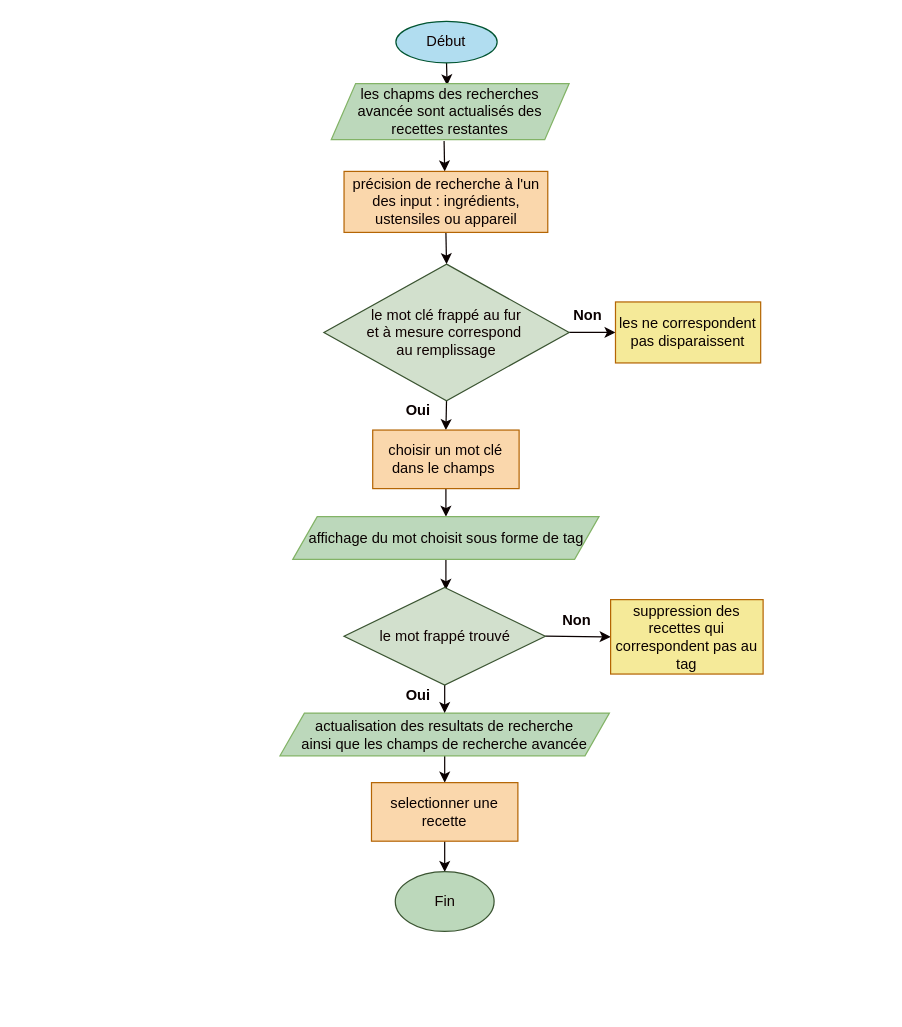
Earlier version of the draw.io diagram page "recherche-filter" (2 of 2) of algorigramme.drawio (zinkat/Les-petits-plats-Developpez-un-algorithme-de-recherche-P7). Source tidied: cells renumbered, new cells numbered last; positions are measured from the earlier drawing's top-left corner, leaving out a move shared by most shapes. Both pictures are drawn from the tidied source at 122%, with x=0, y=0 at pixel (279, 21).
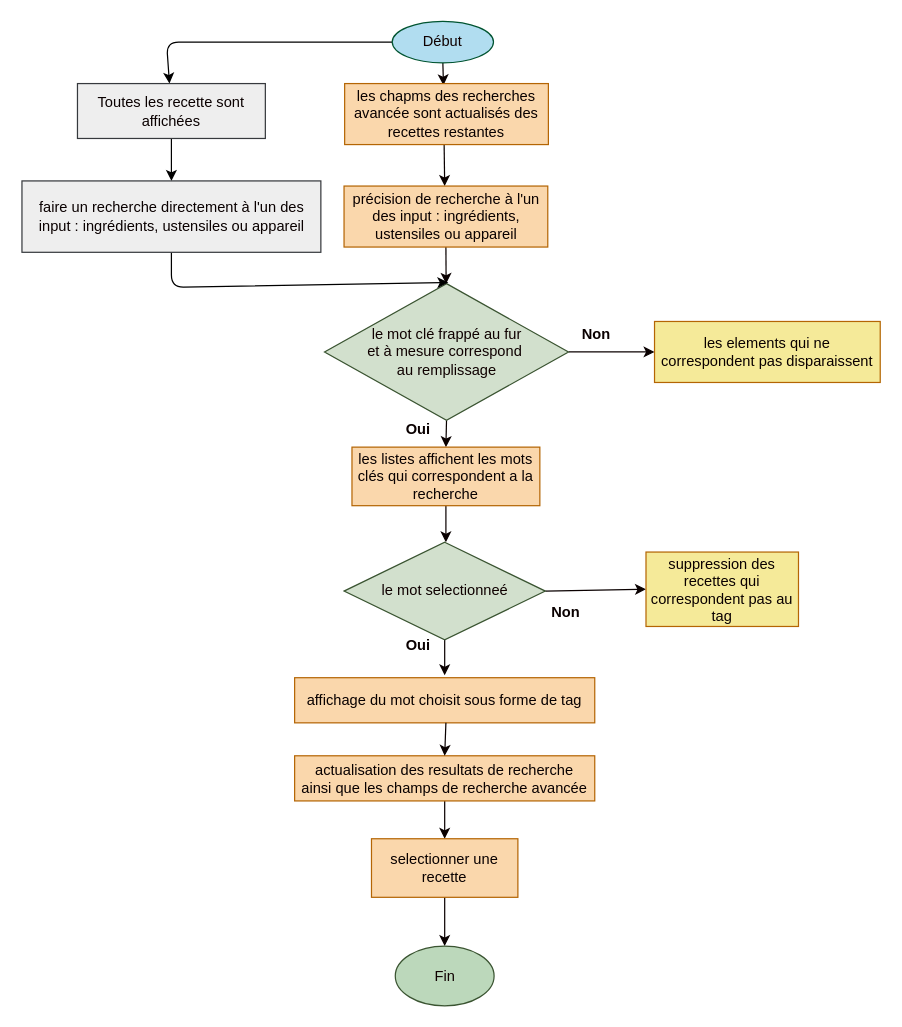
After the change.

What changed in the source:
```diff
@@
     <mxCell id="2" style="edgeStyle=none;html=1;exitX=0.5;exitY=1;exitDx=0;exitDy=0;strokeColor=#0a0000;fontColor=#0a0000;" parent="1" edge="1" source="3">
       <mxGeometry relative="1" as="geometry">
-        <mxPoint x="137" y="52.4" as="targetPoint" />
+        <mxPoint x="134" y="52.4" as="targetPoint" />
       </mxGeometry>
     </mxCell>
+    <mxCell id="29" style="edgeStyle=none;html=1;exitX=0;exitY=0.5;exitDx=0;exitDy=0;strokeColor=#000000;" parent="1" edge="1" source="3" target="31">
+      <mxGeometry relative="1" as="geometry">
+        <Array as="points">
+          <mxPoint x="-93" y="17" />
+        </Array>
+      </mxGeometry>
+    </mxCell>
     <mxCell id="3" value="Début" style="ellipse;whiteSpace=wrap;html=1;strokeColor=#015431;fontColor=#0f0000;fillColor=#B1DDF0;" parent="1" vertex="1">
-      <mxGeometry x="95" width="83" height="34" as="geometry" />
+      <mxGeometry x="92" width="83" height="34" as="geometry" />
     </mxCell>
-    <mxCell id="4" style="edgeStyle=none;html=1;exitX=0.5;exitY=1;exitDx=0;exitDy=0;strokeColor=#0a0000;" parent="1" edge="1">
+    <mxCell id="4" style="edgeStyle=none;html=1;exitX=0.5;exitY=1;exitDx=0;exitDy=0;strokeColor=#0a0000;entryX=0.494;entryY=0;entryDx=0;entryDy=0;entryPerimeter=0;" parent="1" edge="1" target="7">
       <mxGeometry relative="1" as="geometry">
         <mxPoint x="134.5" y="98" as="sourcePoint" />
-        <mxPoint x="135" y="123" as="targetPoint" />
       </mxGeometry>
     </mxCell>
-    <mxCell id="5" value="les chapms des recherches avancée sont actualisés des recettes restantes" style="shape=parallelogram;perimeter=parallelogramPerimeter;whiteSpace=wrap;html=1;fixedSize=1;fillColor=#bcd8bb;strokeColor=#82b366;fontColor=#090101;" parent="1" vertex="1">
-      <mxGeometry x="42" y="51" width="195" height="46" as="geometry" />
-    </mxCell>
-    <mxCell id="6" style="edgeStyle=none;html=1;exitX=0.5;exitY=1;exitDx=0;exitDy=0;entryX=0.5;entryY=0;entryDx=0;entryDy=0;strokeColor=#0a0000;" parent="1" edge="1" source="7" target="10">
+    <mxCell id="6" style="edgeStyle=none;html=1;exitX=0.5;exitY=1;exitDx=0;exitDy=0;strokeColor=#0a0000;" parent="1" edge="1" source="7" target="10">
       <mxGeometry relative="1" as="geometry" />
     </mxCell>
     <mxCell id="7" value="précision de recherche à l'un des input : ingrédients, ustensiles ou appareil" style="rounded=0;whiteSpace=wrap;html=1;fillColor=#fad7ac;strokeColor=#b46504;fontColor=#0a0000;" parent="1" vertex="1">
-      <mxGeometry x="52.5" y="123" width="167" height="50" as="geometry" />
+      <mxGeometry x="52.5" y="135" width="167" height="50" as="geometry" />
     </mxCell>
-    <mxCell id="8" style="edgeStyle=none;html=1;exitX=1;exitY=0.5;exitDx=0;exitDy=0;strokeColor=#0a0000;" parent="1" edge="1" source="10">
-      <mxGeometry relative="1" as="geometry">
-        <mxPoint x="275" y="255" as="targetPoint" />
-      </mxGeometry>
+    <mxCell id="8" style="edgeStyle=none;html=1;exitX=1;exitY=0.5;exitDx=0;exitDy=0;strokeColor=#0a0000;entryX=0;entryY=0.5;entryDx=0;entryDy=0;" parent="1" edge="1" source="10" target="11">
+      <mxGeometry relative="1" as="geometry" />
     </mxCell>
@@
     <mxCell id="10" value="le mot clé frappé au fur &lt;br&gt;et à mesure correspond&amp;nbsp;&lt;br&gt;au remplissage" style="rhombus;whiteSpace=wrap;html=1;fillColor=#d2e0cd;fontColor=#0f0000;strokeColor=#3A5431;verticalAlign=middle;" parent="1" vertex="1">
-      <mxGeometry x="36" y="199" width="201" height="112" as="geometry" />
+      <mxGeometry x="36.5" y="215" width="200" height="112" as="geometry" />
     </mxCell>
-    <mxCell id="11" value="les ne correspondent pas disparaissent" style="rounded=0;whiteSpace=wrap;html=1;fillColor=#F5EA99;strokeColor=#b46504;fontColor=#0a0000;" parent="1" vertex="1">
-      <mxGeometry x="275" y="230" width="119" height="50" as="geometry" />
+    <mxCell id="11" value="les elements qui ne correspondent pas disparaissent" style="rounded=0;whiteSpace=wrap;html=1;fillColor=#F5EA99;strokeColor=#b46504;fontColor=#0a0000;" parent="1" vertex="1">
+      <mxGeometry x="307" y="246" width="185" height="50" as="geometry" />
     </mxCell>
     <mxCell id="12" value="Non" style="text;html=1;strokeColor=none;fillColor=none;align=center;verticalAlign=middle;whiteSpace=wrap;rounded=0;fontColor=#0a0000;fontStyle=1;" parent="1" vertex="1">
-      <mxGeometry x="234" y="230" width="37" height="22" as="geometry" />
+      <mxGeometry x="241" y="246" width="37" height="22" as="geometry" />
     </mxCell>
-    <mxCell id="13" style="edgeStyle=none;html=1;exitX=0.5;exitY=1;exitDx=0;exitDy=0;entryX=0.5;entryY=0;entryDx=0;entryDy=0;strokeColor=#0a0000;fontColor=#0a0000;" parent="1" edge="1" source="14" target="17">
-      <mxGeometry relative="1" as="geometry" />
+    <mxCell id="13" style="edgeStyle=none;html=1;exitX=0.5;exitY=1;exitDx=0;exitDy=0;entryX=0.5;entryY=0;entryDx=0;entryDy=0;strokeColor=#0a0000;fontColor=#0a0000;" parent="1" edge="1" source="14">
+      <mxGeometry relative="1" as="geometry">
+        <mxPoint x="136" y="427" as="targetPoint" />
+      </mxGeometry>
     </mxCell>
-    <mxCell id="14" value="&lt;span style=&quot;color: rgb(9, 1, 1);&quot;&gt;choisir un mot clé dans le champs&amp;nbsp;&lt;/span&gt;" style="whiteSpace=wrap;html=1;fillColor=#fad7ac;strokeColor=#b46504;fontColor=#0a0000;rounded=0;" parent="1" vertex="1">
-      <mxGeometry x="76" y="335" width="120" height="48" as="geometry" />
+    <mxCell id="14" value="&lt;span style=&quot;color: rgb(9, 1, 1);&quot;&gt;les listes affichent les mots clés qui correspondent a la recherche&lt;/span&gt;" style="whiteSpace=wrap;html=1;fillColor=#fad7ac;strokeColor=#b46504;fontColor=#0a0000;rounded=0;" parent="1" vertex="1">
+      <mxGeometry x="59" y="349" width="154" height="48" as="geometry" />
     </mxCell>
     <mxCell id="15" value="Oui" style="text;html=1;strokeColor=none;fillColor=none;align=center;verticalAlign=middle;whiteSpace=wrap;rounded=0;fontColor=#0a0000;fontStyle=1;" parent="1" vertex="1">
-      <mxGeometry x="95" y="308" width="37" height="22" as="geometry" />
+      <mxGeometry x="95" y="324" width="37" height="22" as="geometry" />
     </mxCell>
-    <mxCell id="16" style="edgeStyle=none;html=1;exitX=0.5;exitY=1;exitDx=0;exitDy=0;strokeColor=#0a0000;fontColor=#0a0000;" parent="1" edge="1" source="17">
-      <mxGeometry relative="1" as="geometry">
-        <mxPoint x="136" y="466" as="targetPoint" />
-      </mxGeometry>
-    </mxCell>
-    <mxCell id="17" value="affichage du mot choisit sous forme de tag" style="shape=parallelogram;perimeter=parallelogramPerimeter;whiteSpace=wrap;html=1;fixedSize=1;fillColor=#bcd8bb;strokeColor=#82b366;fontColor=#090101;" parent="1" vertex="1">
-      <mxGeometry x="10.5" y="406" width="251" height="35" as="geometry" />
-    </mxCell>
-    <mxCell id="18" style="edgeStyle=none;html=1;exitX=0.5;exitY=1;exitDx=0;exitDy=0;entryX=0.5;entryY=0;entryDx=0;entryDy=0;strokeColor=#0a0000;fontColor=#0a0000;" parent="1" edge="1" source="19" target="27">
-      <mxGeometry relative="1" as="geometry" />
+    <mxCell id="18" style="edgeStyle=none;html=1;exitX=0.5;exitY=1;exitDx=0;exitDy=0;entryX=0.5;entryY=0;entryDx=0;entryDy=0;strokeColor=#0a0000;fontColor=#0a0000;" parent="1" edge="1" target="27">
+      <mxGeometry relative="1" as="geometry">
+        <mxPoint x="135" y="635" as="sourcePoint" />
+      </mxGeometry>
     </mxCell>
-    <mxCell id="19" value="actualisation des resultats de recherche&lt;br&gt;ainsi que les champs de recherche avancée" style="shape=parallelogram;perimeter=parallelogramPerimeter;whiteSpace=wrap;html=1;fixedSize=1;fillColor=#bcd8bb;strokeColor=#82b366;fontColor=#090101;" parent="1" vertex="1">
-      <mxGeometry y="567" width="270" height="35" as="geometry" />
-    </mxCell>
-    <mxCell id="20" style="edgeStyle=none;html=1;exitX=0.5;exitY=1;exitDx=0;exitDy=0;entryX=0.5;entryY=0;entryDx=0;entryDy=0;strokeColor=#0a0000;fontColor=#0a0000;" parent="1" edge="1" source="22" target="19">
-      <mxGeometry relative="1" as="geometry" />
+    <mxCell id="20" style="edgeStyle=none;html=1;exitX=0.5;exitY=1;exitDx=0;exitDy=0;strokeColor=#0a0000;fontColor=#0a0000;" parent="1" edge="1" source="22">
+      <mxGeometry relative="1" as="geometry">
+        <mxPoint x="135" y="536" as="targetPoint" />
+      </mxGeometry>
     </mxCell>
@@
-    <mxCell id="22" value="le mot frappé trouvé" style="rhombus;whiteSpace=wrap;html=1;fillColor=#d2e0cd;fontColor=#0f0000;strokeColor=#3A5431;verticalAlign=middle;" parent="1" vertex="1">
-      <mxGeometry x="52.5" y="464" width="165" height="80" as="geometry" />
+    <mxCell id="22" value="le mot selectionneé" style="rhombus;whiteSpace=wrap;html=1;fillColor=#d2e0cd;fontColor=#0f0000;strokeColor=#3A5431;verticalAlign=middle;" parent="1" vertex="1">
+      <mxGeometry x="52.5" y="427" width="165" height="80" as="geometry" />
     </mxCell>
     <mxCell id="23" value="suppression des recettes qui correspondent pas au tag" style="rounded=0;whiteSpace=wrap;html=1;fillColor=#F5EA99;strokeColor=#b46504;fontColor=#0a0000;" parent="1" vertex="1">
-      <mxGeometry x="271" y="474" width="125" height="61" as="geometry" />
+      <mxGeometry x="300" y="435" width="125" height="61" as="geometry" />
     </mxCell>
     <mxCell id="24" value="Non" style="text;html=1;strokeColor=none;fillColor=none;align=center;verticalAlign=middle;whiteSpace=wrap;rounded=0;fontColor=#0a0000;fontStyle=1;" parent="1" vertex="1">
-      <mxGeometry x="224.5" y="480" width="37" height="22" as="geometry" />
+      <mxGeometry x="216" y="474" width="37" height="22" as="geometry" />
     </mxCell>
     <mxCell id="25" value="Oui" style="text;html=1;strokeColor=none;fillColor=none;align=center;verticalAlign=middle;whiteSpace=wrap;rounded=0;fontColor=#0a0000;fontStyle=1;" parent="1" vertex="1">
-      <mxGeometry x="95" y="542" width="37" height="21" as="geometry" />
+      <mxGeometry x="94.5" y="501" width="37" height="21" as="geometry" />
     </mxCell>
-    <mxCell id="26" style="edgeStyle=none;html=1;exitX=0.5;exitY=1;exitDx=0;exitDy=0;strokeColor=#0a0000;fontColor=#0a0000;" parent="1" edge="1" source="27">
+    <mxCell id="26" style="edgeStyle=none;html=1;strokeColor=#0a0000;fontColor=#0a0000;entryX=0.5;entryY=0;entryDx=0;entryDy=0;" parent="1" edge="1" target="28">
       <mxGeometry relative="1" as="geometry">
-        <mxPoint x="135" y="697.2" as="targetPoint" />
+        <mxPoint x="135" y="715" as="sourcePoint" />
       </mxGeometry>
     </mxCell>
     <mxCell id="27" value="&lt;font color=&quot;#090101&quot;&gt;selectionner une recette&lt;/font&gt;" style="whiteSpace=wrap;html=1;fillColor=#fad7ac;strokeColor=#b46504;fontColor=#0a0000;rounded=0;" parent="1" vertex="1">
-      <mxGeometry x="75" y="624" width="120" height="48" as="geometry" />
+      <mxGeometry x="75" y="670" width="120" height="48" as="geometry" />
     </mxCell>
     <mxCell id="28" value="Fin" style="ellipse;whiteSpace=wrap;html=1;fillColor=#BCD8BB;strokeColor=#3A5431;fontColor=#0f0000;" parent="1" vertex="1">
-      <mxGeometry x="94.5" y="697" width="81" height="49" as="geometry" />
+      <mxGeometry x="94.5" y="758" width="81" height="49" as="geometry" />
     </mxCell>
+    <mxCell id="5" value="&lt;span style=&quot;color: rgb(9, 1, 1);&quot;&gt;les chapms des recherches avancée sont actualisés des recettes restantes&lt;/span&gt;" style="rounded=0;whiteSpace=wrap;html=1;fillColor=#fad7ac;strokeColor=#b46504;fontColor=#0a0000;" parent="1" vertex="1">
+      <mxGeometry x="53" y="51" width="167" height="50" as="geometry" />
+    </mxCell>
+    <mxCell id="17" value="&lt;span style=&quot;color: rgb(9, 1, 1);&quot;&gt;affichage du mot choisit sous forme de tag&lt;/span&gt;" style="whiteSpace=wrap;html=1;fillColor=#fad7ac;strokeColor=#b46504;fontColor=#0a0000;rounded=0;" parent="1" vertex="1">
+      <mxGeometry x="12" y="538" width="246" height="37" as="geometry" />
+    </mxCell>
+    <mxCell id="19" value="&lt;span style=&quot;color: rgb(9, 1, 1);&quot;&gt;actualisation des resultats de recherche&lt;/span&gt;&lt;br style=&quot;color: rgb(9, 1, 1);&quot;&gt;&lt;span style=&quot;color: rgb(9, 1, 1);&quot;&gt;ainsi que les champs de recherche avancée&lt;/span&gt;" style="whiteSpace=wrap;html=1;fillColor=#fad7ac;strokeColor=#b46504;fontColor=#0a0000;rounded=0;" parent="1" vertex="1">
+      <mxGeometry x="12" y="602" width="246" height="37" as="geometry" />
+    </mxCell>
+    <mxCell id="30" style="edgeStyle=none;html=1;exitX=0.5;exitY=1;exitDx=0;exitDy=0;entryX=0.5;entryY=0;entryDx=0;entryDy=0;strokeColor=#000000;" parent="1" edge="1" source="31" target="33">
+      <mxGeometry relative="1" as="geometry" />
+    </mxCell>
+    <mxCell id="31" value="&lt;span style=&quot;color: rgb(10, 0, 0);&quot;&gt;Toutes les recette sont affichées&lt;/span&gt;" style="whiteSpace=wrap;html=1;fillColor=#eeeeee;strokeColor=#36393d;" parent="1" vertex="1">
+      <mxGeometry x="-166" y="51" width="154" height="45" as="geometry" />
+    </mxCell>
+    <mxCell id="32" style="edgeStyle=none;html=1;exitX=0.5;exitY=1;exitDx=0;exitDy=0;strokeColor=#000000;" parent="1" edge="1" source="33">
+      <mxGeometry relative="1" as="geometry">
+        <mxPoint x="138" y="214" as="targetPoint" />
+        <Array as="points">
+          <mxPoint x="-89" y="218" />
+        </Array>
+      </mxGeometry>
+    </mxCell>
+    <mxCell id="33" value="&lt;span style=&quot;color: rgb(10, 0, 0);&quot;&gt;faire un recherche directement&amp;nbsp;&lt;/span&gt;&lt;span style=&quot;color: rgb(10, 0, 0);&quot;&gt;à l'un des input : ingrédients, ustensiles ou appareil&lt;/span&gt;" style="whiteSpace=wrap;html=1;fillColor=#eeeeee;strokeColor=#36393d;" parent="1" vertex="1">
+      <mxGeometry x="-211.5" y="130.8" width="245" height="58.5" as="geometry" />
+    </mxCell>
+    <mxCell id="34" style="edgeStyle=none;html=1;exitX=0.5;exitY=1;exitDx=0;exitDy=0;strokeColor=#0a0000;fontColor=#0a0000;entryX=0.5;entryY=0;entryDx=0;entryDy=0;" parent="1" edge="1" target="19">
+      <mxGeometry relative="1" as="geometry">
+        <mxPoint x="136" y="575" as="sourcePoint" />
+      </mxGeometry>
+    </mxCell>
```
